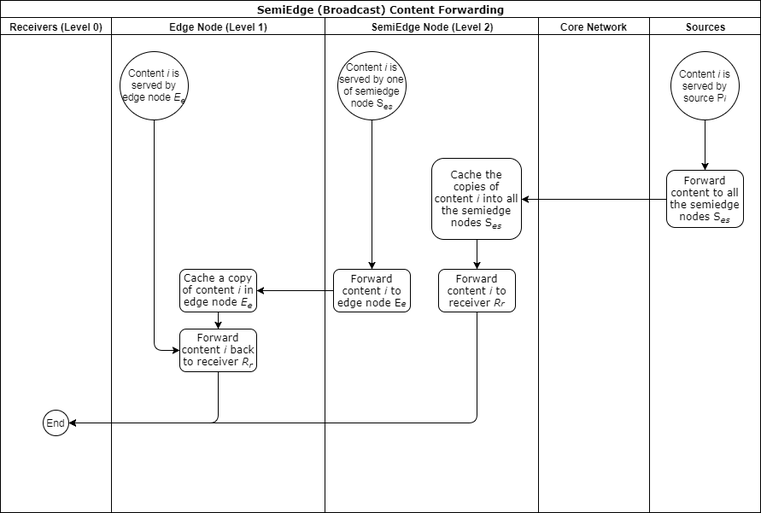
Above: Copy of forward.png in YiningHua/hello-world (draw.io), before the change. Source tidied: cells renumbered, new cells last; positions are measured from the earlier drawing's top-left corner, leaving out a move shared by most shapes.
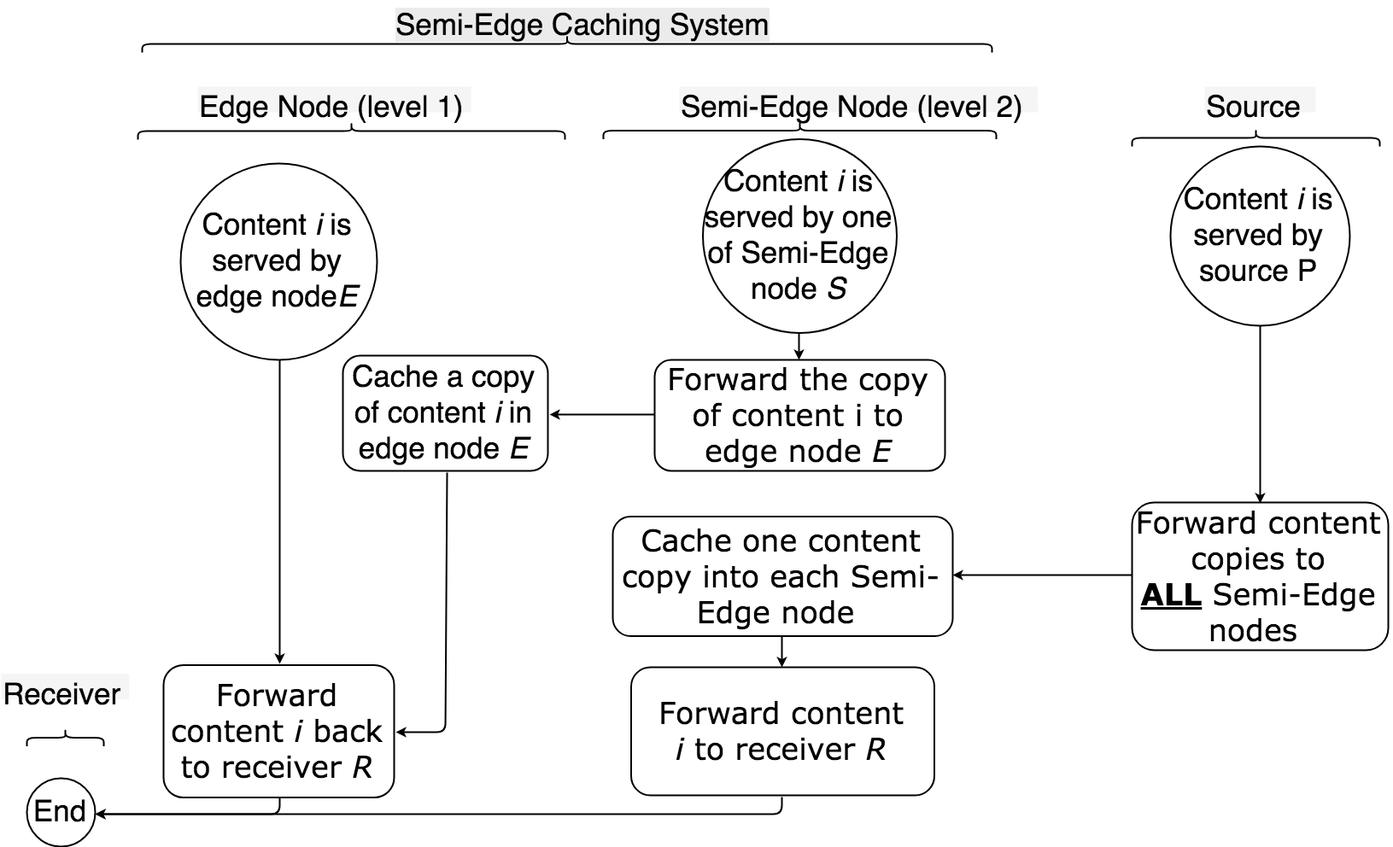
After the change.

Diff of the diagram source:
```diff
@@ -2,113 +2,125 @@
   <root>
     <mxCell id="0" />
     <mxCell id="1" parent="0" />
-    <mxCell id="2" value="&lt;font style=&quot;font-size: 12px&quot;&gt;SemiEdge (Broadcast) Content Forwarding&lt;/font&gt;" style="swimlane;html=1;startSize=20;rounded=0;shadow=0;labelBackgroundColor=none;strokeColor=#000000;strokeWidth=1;fillColor=#ffffff;fontFamily=Verdana;fontSize=8;fontColor=#000000;align=center;" parent="1" vertex="1">
-      <mxGeometry width="890" height="600" as="geometry" />
+    <mxCell id="2" style="swimlane;html=1;startSize=20;rounded=0;shadow=0;labelBackgroundColor=none;strokeColor=none;strokeWidth=2;fillColor=#ffffff;fontFamily=Verdana;fontSize=8;fontColor=#000000;align=center;" parent="1" vertex="1">
+      <mxGeometry width="1479" height="650" as="geometry" />
     </mxCell>
-    <mxCell id="3" value="Receivers (Level 0)" style="swimlane;html=1;startSize=20;" parent="2" vertex="1">
-      <mxGeometry y="20" width="130" height="580" as="geometry" />
+    <mxCell id="3" style="swimlane;html=1;startSize=20;strokeColor=none;strokeWidth=2;" parent="2" vertex="1">
+      <mxGeometry y="20" width="130" height="630" as="geometry" />
     </mxCell>
-    <mxCell id="4" value="End" style="ellipse;whiteSpace=wrap;html=1;" parent="3" vertex="1">
-      <mxGeometry x="50" y="460" width="30" height="30" as="geometry" />
-    </mxCell>
-    <mxCell id="5" value="Edge Node (Level 1)" style="swimlane;html=1;startSize=20;" parent="2" vertex="1">
-      <mxGeometry x="130" y="20" width="250" height="580" as="geometry" />
+    <mxCell id="5" style="swimlane;html=1;startSize=20;strokeColor=none;strokeWidth=2;" parent="2" vertex="1">
+      <mxGeometry x="130" y="20" width="410" height="630" as="geometry" />
     </mxCell>
-    <mxCell id="6" style="edgeStyle=orthogonalEdgeStyle;rounded=0;html=1;exitX=1;exitY=0;entryX=1;entryY=0;jettySize=auto;orthogonalLoop=1;fontSize=12;" parent="5" edge="1">
-      <mxGeometry relative="1" as="geometry">
-        <mxPoint x="153" y="166" as="sourcePoint" />
-        <mxPoint x="153" y="166" as="targetPoint" />
-      </mxGeometry>
-    </mxCell>
-    <mxCell id="7" value="Forward content &lt;i&gt;i&lt;/i&gt; back to receiver &lt;i&gt;R&lt;sub&gt;r&lt;/sub&gt;&lt;/i&gt;" style="rounded=1;whiteSpace=wrap;html=1;shadow=0;labelBackgroundColor=none;strokeColor=#000000;strokeWidth=1;fillColor=#ffffff;fontFamily=Verdana;fontSize=12;fontColor=#000000;align=center;" parent="5" vertex="1">
-      <mxGeometry x="80" y="365" width="90" height="50" as="geometry" />
-    </mxCell>
-    <mxCell id="8" style="edgeStyle=orthogonalEdgeStyle;rounded=0;html=1;exitX=1;exitY=0.5;entryX=1;entryY=0.5;jettySize=auto;orthogonalLoop=1;fontSize=12;" parent="5" edge="1">
-      <mxGeometry relative="1" as="geometry">
-        <mxPoint x="75" y="177" as="sourcePoint" />
-        <mxPoint x="75" y="177" as="targetPoint" />
-      </mxGeometry>
-    </mxCell>
-    <mxCell id="9" value="Content &lt;i&gt;i&lt;/i&gt; is served by edge node &lt;i&gt;E&lt;sub&gt;e&lt;/sub&gt;&lt;/i&gt;" style="ellipse;whiteSpace=wrap;html=1;strokeWidth=1;fontSize=12;" parent="5" vertex="1">
-      <mxGeometry x="10" y="40" width="80" height="80" as="geometry" />
+    <mxCell id="9" value="&lt;font style=&quot;font-size: 35px&quot;&gt;&lt;span&gt;Content&amp;nbsp;&lt;/span&gt;&lt;i&gt;i&amp;nbsp;&lt;/i&gt;&lt;span&gt;is served by edge node&lt;/span&gt;&lt;i&gt;E&lt;/i&gt;&lt;/font&gt;" style="ellipse;whiteSpace=wrap;html=1;strokeWidth=2;fontSize=12;strokeColor=#000000;" parent="5" vertex="1">
+      <mxGeometry x="-70" y="90" width="230" height="230" as="geometry" />
     </mxCell>
-    <mxCell id="10" value="Cache a copy of content &lt;i&gt;i &lt;/i&gt;in edge node &lt;i&gt;E&lt;sub&gt;e&lt;/sub&gt;&lt;/i&gt;" style="rounded=1;whiteSpace=wrap;html=1;shadow=0;labelBackgroundColor=none;strokeColor=#000000;strokeWidth=1;fillColor=#ffffff;fontFamily=Verdana;fontSize=12;fontColor=#000000;align=center;" parent="5" vertex="1">
-      <mxGeometry x="80" y="295" width="90" height="50" as="geometry" />
+    <mxCell id="10" value="&lt;font style=&quot;font-size: 35px&quot; face=&quot;Helvetica&quot;&gt;Cache a copy of content &lt;i&gt;i &lt;/i&gt;in edge node &lt;i&gt;E&lt;/i&gt;&lt;/font&gt;" style="rounded=1;whiteSpace=wrap;html=1;shadow=0;labelBackgroundColor=none;strokeColor=#000000;strokeWidth=2;fillColor=#ffffff;fontFamily=Verdana;fontSize=12;fontColor=#000000;align=center;" parent="5" vertex="1">
+      <mxGeometry x="120" y="315" width="240" height="135" as="geometry" />
     </mxCell>
-    <mxCell id="11" style="endArrow=classic;html=1;fontSize=12;exitX=0.5;exitY=1;entryX=0.5;entryY=0;" parent="5" edge="1" source="10" target="7">
-      <mxGeometry relative="1" as="geometry" />
-    </mxCell>
-    <mxCell id="12" style="endArrow=classic;html=1;fontSize=12;exitX=0.5;exitY=1;entryX=0;entryY=0.5;" parent="5" edge="1" source="9" target="7">
-      <mxGeometry relative="1" as="geometry">
-        <Array as="points">
-          <mxPoint x="50" y="390" />
-        </Array>
-      </mxGeometry>
-    </mxCell>
-    <mxCell id="13" value="SemiEdge Node (Level 2)" style="swimlane;html=1;startSize=20;" parent="2" vertex="1">
-      <mxGeometry x="380" y="20" width="250" height="580" as="geometry" />
-    </mxCell>
-    <mxCell id="14" style="edgeStyle=orthogonalEdgeStyle;rounded=0;html=1;exitX=0.5;exitY=1;entryX=0.5;entryY=1;jettySize=auto;orthogonalLoop=1;fontSize=12;" parent="13" edge="1">
-      <mxGeometry relative="1" as="geometry">
-        <mxPoint x="125" y="315" as="sourcePoint" />
-        <mxPoint x="125" y="315" as="targetPoint" />
-      </mxGeometry>
-    </mxCell>
-    <mxCell id="15" value="Forward content &lt;i&gt;i&lt;/i&gt;&amp;nbsp;to edge node E&lt;span style=&quot;font-size: 10px&quot;&gt;&lt;i&gt;e&lt;/i&gt;&lt;/span&gt;" style="rounded=1;whiteSpace=wrap;html=1;shadow=0;labelBackgroundColor=none;strokeColor=#000000;strokeWidth=1;fillColor=#ffffff;fontFamily=Verdana;fontSize=12;fontColor=#000000;align=center;" parent="13" vertex="1">
-      <mxGeometry x="10" y="295" width="90" height="50" as="geometry" />
-    </mxCell>
-    <mxCell id="16" value="Content &lt;i&gt;i&lt;/i&gt; is served by one of semiedge node S&lt;i&gt;&lt;sub&gt;es&lt;/sub&gt;&lt;/i&gt;" style="ellipse;whiteSpace=wrap;html=1;strokeWidth=1;fontSize=12;" parent="13" vertex="1">
-      <mxGeometry x="15" y="40" width="80" height="80" as="geometry" />
-    </mxCell>
-    <mxCell id="17" style="endArrow=classic;html=1;fontSize=12;exitX=0.5;exitY=1;entryX=0.5;entryY=0;" parent="13" edge="1" source="16" target="15">
-      <mxGeometry relative="1" as="geometry" />
-    </mxCell>
-    <mxCell id="18" value="Cache the copies of content &lt;i&gt;i &lt;/i&gt;into all the semiedge nodes S&lt;i&gt;&lt;sub&gt;es&lt;/sub&gt;&lt;/i&gt;" style="rounded=1;whiteSpace=wrap;html=1;shadow=0;labelBackgroundColor=none;strokeColor=#000000;strokeWidth=1;fillColor=#ffffff;fontFamily=Verdana;fontSize=12;fontColor=#000000;align=center;" parent="13" vertex="1">
-      <mxGeometry x="125" y="165" width="105" height="95" as="geometry" />
-    </mxCell>
-    <mxCell id="19" value="Forward content &lt;i&gt;i&lt;/i&gt;&amp;nbsp;to receiver &lt;i&gt;R&lt;span style=&quot;font-size: 10px&quot;&gt;r&lt;/span&gt;&lt;/i&gt;" style="rounded=1;whiteSpace=wrap;html=1;shadow=0;labelBackgroundColor=none;strokeColor=#000000;strokeWidth=1;fillColor=#ffffff;fontFamily=Verdana;fontSize=12;fontColor=#000000;align=center;" parent="13" vertex="1">
-      <mxGeometry x="133" y="295" width="90" height="50" as="geometry" />
-    </mxCell>
-    <mxCell id="20" style="endArrow=classic;html=1;fontSize=12;exitX=0.5;exitY=1;entryX=0.5;entryY=0;" parent="13" edge="1" source="18" target="19">
-      <mxGeometry relative="1" as="geometry" />
-    </mxCell>
-    <mxCell id="21" style="endArrow=classic;html=1;fontSize=12;exitX=0.5;exitY=1;" parent="2" edge="1" source="7" target="4">
-      <mxGeometry relative="1" as="geometry">
-        <Array as="points">
-          <mxPoint x="255" y="495" />
-        </Array>
-      </mxGeometry>
-    </mxCell>
+    <mxCell id="31" style="shape=curlyBracket;whiteSpace=wrap;html=1;rounded=1;labelBackgroundColor=none;strokeColor=#000000;strokeWidth=2;fontFamily=Helvetica;fontSize=24;fontColor=#000000;direction=south;" parent="5" vertex="1">
+      <mxGeometry x="-120" y="42" width="500" height="20" as="geometry" />
+    </mxCell>
+    <mxCell id="32" value="&lt;font style=&quot;font-size: 35px&quot;&gt;Edge Node (level 1)&lt;/font&gt;" style="text;html=1;align=left;verticalAlign=top;spacingTop=-4;fontSize=24;fontFamily=Helvetica;fontColor=#000000;fillColor=#f5f5f5;strokeColor=none;strokeWidth=2;" parent="5" vertex="1">
+      <mxGeometry x="-50" width="320" height="30" as="geometry" />
+    </mxCell>
-    <mxCell id="22" style="endArrow=classic;html=1;fontSize=12;exitX=0;exitY=0.5;entryX=1;entryY=0.5;" parent="2" edge="1" source="15" target="10">
+    <mxCell id="22" style="endArrow=classic;html=1;fontSize=12;exitX=0;exitY=0.5;entryX=1;entryY=0.5;strokeWidth=2;" parent="2" edge="1" source="15" target="10">
       <mxGeometry relative="1" as="geometry" />
     </mxCell>
-    <mxCell id="23" style="endArrow=classic;html=1;fontSize=12;exitX=0;exitY=0.5;entryX=1;entryY=0.5;" parent="2" edge="1" source="28" target="18">
+    <mxCell id="23" style="endArrow=classic;html=1;fontSize=12;exitX=0;exitY=0.5;entryX=1;entryY=0.5;strokeWidth=2;" parent="2" edge="1" source="28" target="18">
       <mxGeometry relative="1" as="geometry" />
     </mxCell>
-    <mxCell id="24" style="endArrow=classic;html=1;fontSize=12;exitX=0.5;exitY=1;entryX=1;entryY=0.5;" parent="2" edge="1" source="19" target="4">
-      <mxGeometry relative="1" as="geometry">
-        <Array as="points">
-          <mxPoint x="558" y="495" />
-        </Array>
-      </mxGeometry>
-    </mxCell>
-    <mxCell id="25" value="Sources" style="swimlane;html=1;startSize=20;" parent="2" vertex="1">
-      <mxGeometry x="630" y="20" width="130" height="580" as="geometry" />
-    </mxCell>
-    <mxCell id="26" value="Core Network" style="swimlane;html=1;startSize=20;" parent="25" vertex="1">
-      <mxGeometry width="130" height="580" as="geometry" />
-    </mxCell>
+    <mxCell id="13" style="swimlane;html=1;startSize=20;strokeColor=none;strokeWidth=2;" parent="2" vertex="1">
+      <mxGeometry x="540" y="20" width="524" height="630" as="geometry" />
+    </mxCell>
+    <mxCell id="15" value="&lt;font style=&quot;font-size: 35px&quot;&gt;Forward the copy of content i&amp;nbsp;to edge node &lt;i&gt;E&lt;/i&gt;&lt;/font&gt;" style="rounded=1;whiteSpace=wrap;html=1;shadow=0;labelBackgroundColor=none;strokeColor=#000000;strokeWidth=2;fillColor=#ffffff;fontFamily=Verdana;fontSize=12;fontColor=#000000;align=center;" parent="13" vertex="1">
+      <mxGeometry x="75" y="320" width="340" height="130" as="geometry" />
+    </mxCell>
+    <mxCell id="18" value="&lt;font style=&quot;font-size: 35px&quot;&gt;Cache one content copy&lt;i&gt;&amp;nbsp;&lt;/i&gt;into each Semi-Edge node&amp;nbsp;&lt;/font&gt;" style="rounded=1;whiteSpace=wrap;html=1;shadow=0;labelBackgroundColor=none;strokeColor=#000000;strokeWidth=2;fillColor=#ffffff;fontFamily=Verdana;fontSize=12;fontColor=#000000;align=center;" parent="13" vertex="1">
+      <mxGeometry x="26" y="503.5" width="398" height="140" as="geometry" />
+    </mxCell>
+    <mxCell id="33" style="shape=curlyBracket;whiteSpace=wrap;html=1;rounded=1;labelBackgroundColor=none;strokeColor=#000000;strokeWidth=2;fontFamily=Helvetica;fontSize=24;fontColor=#000000;direction=south;" parent="13" vertex="1">
+      <mxGeometry x="15" y="41.5" width="460" height="20" as="geometry" />
+    </mxCell>
+    <mxCell id="34" value="&lt;font style=&quot;font-size: 35px&quot;&gt;Semi-Edge Node (level 2)&lt;/font&gt;" style="text;html=1;align=left;verticalAlign=top;spacingTop=-4;fontSize=24;fontFamily=Helvetica;fontColor=#000000;fillColor=#f5f5f5;strokeColor=none;strokeWidth=2;" parent="13" vertex="1">
+      <mxGeometry x="104" width="420" height="30" as="geometry" />
+    </mxCell>
-    <mxCell id="27" value="Sources" style="swimlane;html=1;startSize=20;" parent="2" vertex="1">
-      <mxGeometry x="760" y="20" width="130" height="580" as="geometry" />
+    <mxCell id="27" style="swimlane;html=1;startSize=20;strokeColor=none;strokeWidth=2;" parent="2" vertex="1">
+      <mxGeometry x="1064" y="20" width="415" height="630" as="geometry" />
     </mxCell>
-    <mxCell id="28" value="Forward content to all the semiedge nodes S&lt;i&gt;&lt;sub&gt;es&lt;/sub&gt;&lt;/i&gt;" style="rounded=1;whiteSpace=wrap;html=1;shadow=0;labelBackgroundColor=none;strokeColor=#000000;strokeWidth=1;fillColor=#ffffff;fontFamily=Verdana;fontSize=12;fontColor=#000000;align=center;" parent="27" vertex="1">
-      <mxGeometry x="20" y="179" width="90" height="67" as="geometry" />
+    <mxCell id="28" value="&lt;font style=&quot;font-size: 35px&quot;&gt;Forward content copies to &lt;b&gt;&lt;u&gt;ALL&lt;/u&gt;&lt;/b&gt;&amp;nbsp;Semi-Edge nodes&amp;nbsp;&lt;/font&gt;" style="rounded=1;whiteSpace=wrap;html=1;shadow=0;labelBackgroundColor=none;strokeColor=#000000;strokeWidth=2;fillColor=#ffffff;fontFamily=Verdana;fontSize=12;fontColor=#000000;align=center;" parent="27" vertex="1">
+      <mxGeometry x="110" y="487" width="300" height="173" as="geometry" />
     </mxCell>
-    <mxCell id="29" value="Content &lt;i&gt;i&lt;/i&gt; is served by source P&lt;span style=&quot;font-size: 10px&quot;&gt;&lt;i&gt;i&lt;/i&gt;&lt;/span&gt;" style="ellipse;whiteSpace=wrap;html=1;strokeWidth=1;fontSize=12;" parent="27" vertex="1">
-      <mxGeometry x="25" y="40" width="80" height="80" as="geometry" />
+    <mxCell id="29" value="&lt;font style=&quot;font-size: 35px&quot;&gt;Content &lt;i&gt;i&lt;/i&gt; is served by source P&lt;/font&gt;" style="ellipse;whiteSpace=wrap;html=1;strokeWidth=2;fontSize=12;" parent="27" vertex="1">
+      <mxGeometry x="155" y="70" width="210" height="210" as="geometry" />
     </mxCell>
-    <mxCell id="30" style="endArrow=classic;html=1;fontSize=12;exitX=0.5;exitY=1;entryX=0.5;entryY=0;" parent="27" edge="1" source="29" target="28">
+    <mxCell id="30" style="endArrow=classic;html=1;fontSize=12;exitX=0.5;exitY=1;entryX=0.5;entryY=0;strokeWidth=2;" parent="27" edge="1" source="29" target="28">
       <mxGeometry relative="1" as="geometry" />
     </mxCell>
+    <mxCell id="35" style="edgeStyle=none;rounded=0;html=1;exitX=0.5;exitY=1;entryX=0.5;entryY=1;jettySize=auto;orthogonalLoop=1;strokeWidth=2;fontFamily=Helvetica;fontSize=24;fontColor=#000000;" parent="27" edge="1" source="28" target="28">
+      <mxGeometry relative="1" as="geometry" />
+    </mxCell>
+    <mxCell id="36" style="shape=curlyBracket;whiteSpace=wrap;html=1;rounded=1;labelBackgroundColor=none;strokeColor=#000000;strokeWidth=2;fontFamily=Helvetica;fontSize=24;fontColor=#000000;direction=south;" parent="27" vertex="1">
+      <mxGeometry x="110" y="50" width="290" height="20" as="geometry" />
+    </mxCell>
+    <mxCell id="37" value="&lt;font style=&quot;font-size: 35px&quot;&gt;Source&lt;/font&gt;" style="text;html=1;align=left;verticalAlign=top;spacingTop=-4;fontSize=24;fontFamily=Helvetica;fontColor=#000000;fillColor=#f5f5f5;strokeColor=none;strokeWidth=2;" parent="27" vertex="1">
+      <mxGeometry x="195" width="130" height="30" as="geometry" />
+    </mxCell>
+    <mxCell id="4" value="&lt;font style=&quot;font-size: 35px&quot;&gt;End&lt;/font&gt;" style="ellipse;whiteSpace=wrap;html=1;strokeWidth=2;" parent="1" vertex="1">
+      <mxGeometry x="-120" y="830" width="80" height="80" as="geometry" />
+    </mxCell>
+    <mxCell id="21" style="endArrow=classic;html=1;fontSize=12;exitX=0.5;exitY=1;entryX=1;entryY=0.5;strokeWidth=2;" parent="1" edge="1" source="7" target="4">
+      <mxGeometry relative="1" as="geometry">
+        <Array as="points">
+          <mxPoint x="176" y="872" />
+        </Array>
+      </mxGeometry>
+    </mxCell>
+    <mxCell id="24" style="endArrow=classic;html=1;fontSize=12;exitX=0.5;exitY=1;entryX=1;entryY=0.5;strokeWidth=2;" parent="1" edge="1" source="19" target="4">
+      <mxGeometry relative="1" as="geometry">
+        <Array as="points">
+          <mxPoint x="764" y="872" />
+        </Array>
+      </mxGeometry>
+    </mxCell>
+    <mxCell id="16" value="&lt;font style=&quot;font-size: 35px&quot;&gt;Content &lt;i&gt;i&lt;/i&gt; is served by one of Semi-Edge node &lt;i&gt;S&lt;/i&gt;&lt;/font&gt;" style="ellipse;whiteSpace=wrap;html=1;strokeWidth=2;fontSize=12;" parent="1" vertex="1">
+      <mxGeometry x="671.5" y="81.5" width="227" height="227" as="geometry" />
+    </mxCell>
+    <mxCell id="17" style="endArrow=classic;html=1;fontSize=12;exitX=0.5;exitY=1;entryX=0.5;entryY=0;strokeWidth=2;" parent="1" edge="1" source="16" target="15">
+      <mxGeometry relative="1" as="geometry" />
+    </mxCell>
+    <mxCell id="20" style="endArrow=classic;html=1;fontSize=12;exitX=0.5;exitY=1;entryX=0.5;entryY=0;strokeWidth=2;" parent="1" edge="1" source="18" target="19">
+      <mxGeometry relative="1" as="geometry" />
+    </mxCell>
+    <mxCell id="19" value="&lt;font style=&quot;font-size: 35px&quot;&gt;Forward content &lt;i&gt;i&lt;/i&gt;&amp;nbsp;to receiver &lt;i&gt;R&lt;/i&gt;&lt;/font&gt;" style="rounded=1;whiteSpace=wrap;html=1;shadow=0;labelBackgroundColor=none;strokeColor=#000000;strokeWidth=2;fillColor=#ffffff;fontFamily=Verdana;fontSize=12;fontColor=#000000;align=center;" parent="1" vertex="1">
+      <mxGeometry x="587.5" y="700" width="355" height="150" as="geometry" />
+    </mxCell>
+    <mxCell id="38" style="edgeStyle=none;rounded=0;html=1;exitX=0.5;exitY=0;entryX=0.5;entryY=0;jettySize=auto;orthogonalLoop=1;strokeWidth=2;fontFamily=Helvetica;fontSize=24;fontColor=#000000;" parent="1" edge="1" source="19" target="19">
+      <mxGeometry relative="1" as="geometry" />
+    </mxCell>
+    <mxCell id="39" style="shape=curlyBracket;whiteSpace=wrap;html=1;rounded=1;labelBackgroundColor=none;strokeColor=#000000;strokeWidth=2;fontFamily=Helvetica;fontSize=24;fontColor=#000000;direction=south;" parent="1" vertex="1">
+      <mxGeometry x="-120" y="772.5" width="90" height="20" as="geometry" />
+    </mxCell>
+    <mxCell id="40" value="&lt;font style=&quot;font-size: 35px&quot;&gt;Receiver&lt;/font&gt;" style="text;html=1;align=left;verticalAlign=top;spacingTop=-4;fontSize=24;fontFamily=Helvetica;fontColor=#000000;fillColor=#f5f5f5;strokeColor=none;strokeWidth=2;" parent="1" vertex="1">
+      <mxGeometry x="-150" y="707.5" width="150" height="30" as="geometry" />
+    </mxCell>
+    <mxCell id="7" value="&lt;font&gt;&lt;span style=&quot;font-size: 35px&quot;&gt;Forward content &lt;/span&gt;&lt;i style=&quot;font-size: 35px&quot;&gt;i&lt;/i&gt;&lt;span style=&quot;font-size: 35px&quot;&gt; back to receiver &lt;/span&gt;&lt;i&gt;&lt;span style=&quot;font-size: 35px&quot;&gt;R&lt;/span&gt;&lt;/i&gt;&lt;/font&gt;" style="rounded=1;whiteSpace=wrap;html=1;shadow=0;labelBackgroundColor=none;strokeColor=#000000;strokeWidth=2;fillColor=#ffffff;fontFamily=Verdana;fontSize=12;fontColor=#000000;align=center;perimeterSpacing=0;" parent="1" vertex="1">
+      <mxGeometry x="40" y="697.5" width="270" height="155" as="geometry" />
+    </mxCell>
+    <mxCell id="12" style="endArrow=classic;html=1;fontSize=12;exitX=0.5;exitY=1;entryX=0.5;entryY=0;strokeColor=#000000;strokeWidth=2;" parent="1" edge="1" source="9" target="7">
+      <mxGeometry relative="1" as="geometry" />
+    </mxCell>
+    <mxCell id="11" style="endArrow=classic;html=1;fontSize=12;exitX=0.5;exitY=1;entryX=1;entryY=0.5;strokeWidth=2;" parent="1" edge="1" source="10" target="7">
+      <mxGeometry relative="1" as="geometry">
+        <Array as="points">
+          <mxPoint x="370" y="776" />
+        </Array>
+      </mxGeometry>
+    </mxCell>
+    <mxCell id="41" value="&lt;span style=&quot;color: rgb(0 , 0 , 0) ; font-family: &amp;#34;helvetica&amp;#34; ; font-size: 35px ; font-style: normal ; font-weight: 400 ; letter-spacing: normal ; text-align: left ; text-indent: 0px ; text-transform: none ; white-space: nowrap ; word-spacing: 0px ; background-color: rgb(235 , 235 , 235) ; display: inline ; float: none&quot;&gt;Semi-Edge Caching System&lt;/span&gt;" style="text;html=1;fontSize=24;fontFamily=Helvetica;fontColor=#000000;strokeWidth=2;" parent="1" vertex="1">
+      <mxGeometry x="310" y="-80" width="430" height="50" as="geometry" />
+    </mxCell>
+    <mxCell id="42" style="shape=curlyBracket;whiteSpace=wrap;html=1;rounded=1;labelBackgroundColor=none;strokeColor=#000000;strokeWidth=2;fontFamily=Helvetica;fontSize=24;fontColor=#000000;direction=south;" parent="1" vertex="1">
+      <mxGeometry x="15" y="-40" width="995" height="20" as="geometry" />
+    </mxCell>
   </root>
 </mxGraphModel>
```
